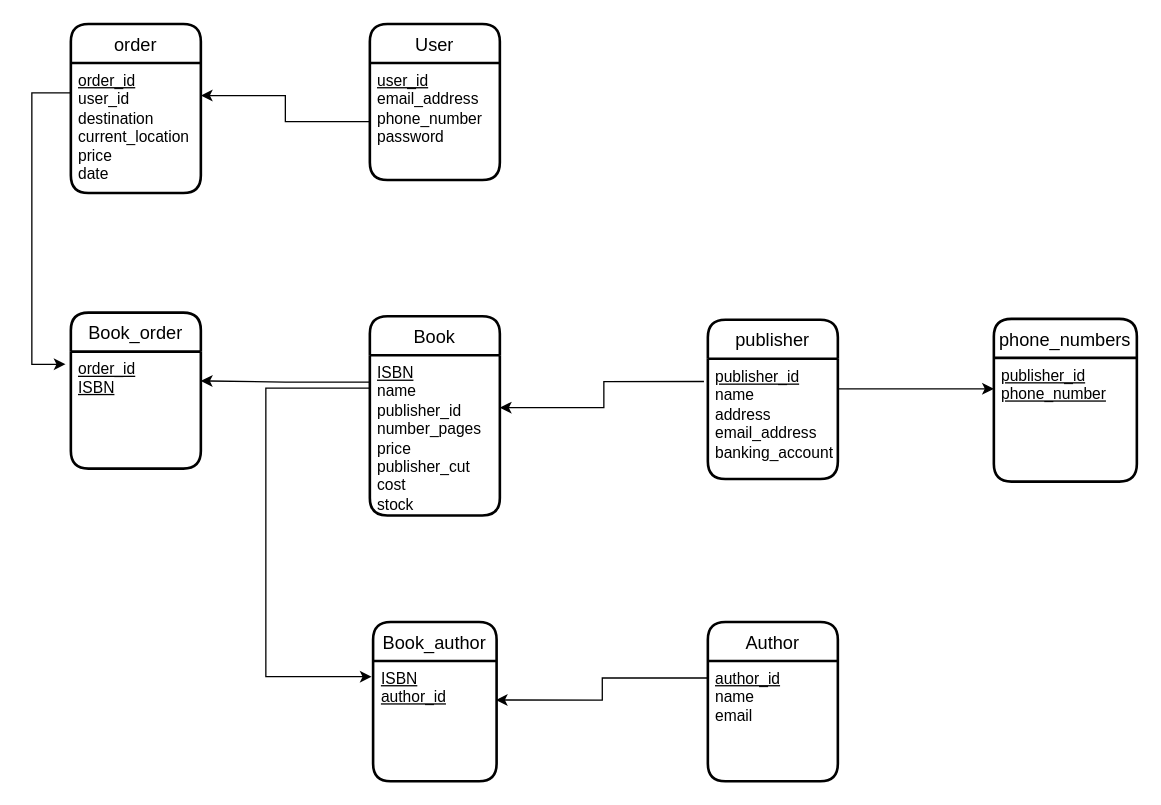
Before: LookInnaBookDiagram.drawio in ianyau28/3005Lib, a draw.io diagram. Source tidied: cells renumbered, new cells numbered last; positions are measured from the earlier drawing's top-left corner, leaving out a move shared by most shapes. Both pictures are drawn from the tidied source at 130%, with x=0, y=0 at pixel (31, 23).
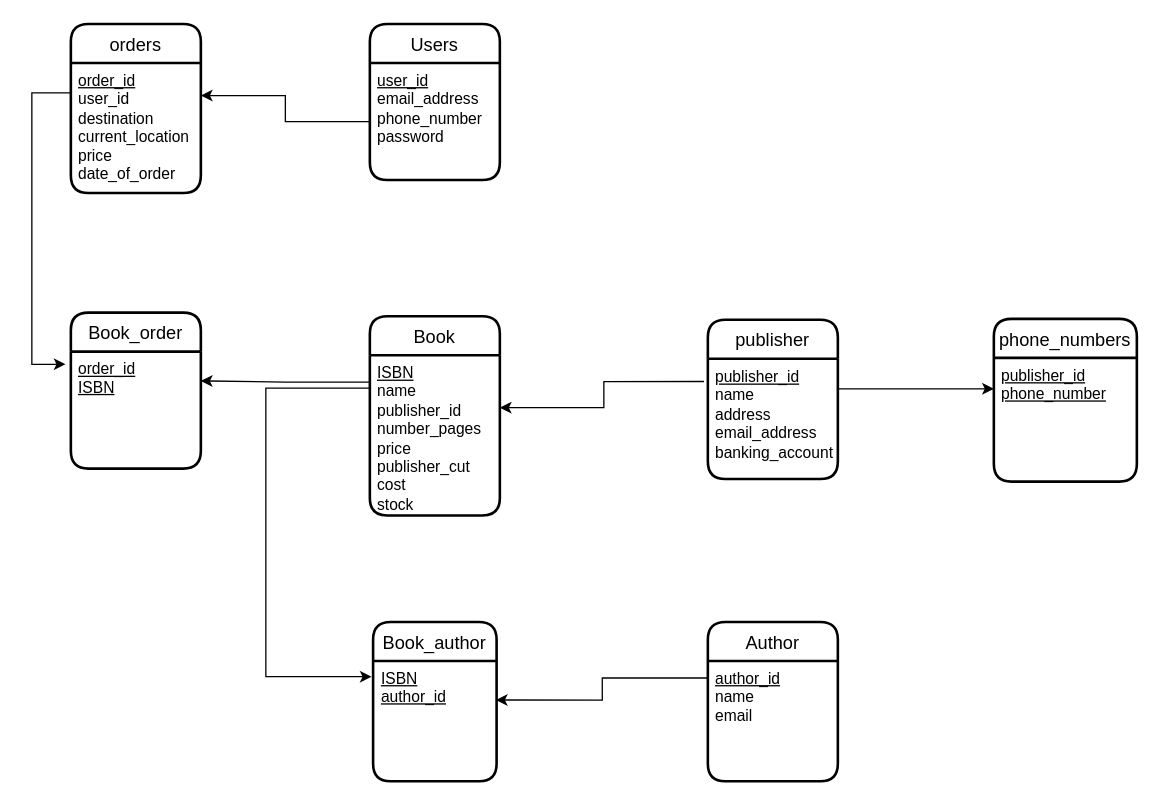
Above is the later version.

What changed in the source:
```diff
@@
-    <mxCell id="2" value="order" style="swimlane;horizontal=1;startSize=30;rounded=1;fontSize=14;fontStyle=0;strokeWidth=2;shadow=0;dashed=0;align=center;" parent="1" vertex="1">
+    <mxCell id="2" value="orders" style="swimlane;horizontal=1;startSize=30;rounded=1;fontSize=14;fontStyle=0;strokeWidth=2;shadow=0;dashed=0;align=center;" parent="1" vertex="1">
       <mxGeometry x="30" width="100" height="130" as="geometry" />
     </mxCell>
-    <mxCell id="3" value="&lt;u&gt;order_id&lt;/u&gt;&lt;br&gt;user_id&lt;br&gt;destination&lt;br&gt;current_location&lt;br&gt;price&lt;br&gt;date" style="align=left;strokeColor=none;fillColor=none;spacingLeft=4;fontSize=12;verticalAlign=top;fontStyle=0;html=1;" parent="2" vertex="1">
+    <mxCell id="3" value="&lt;u&gt;order_id&lt;/u&gt;&lt;br&gt;user_id&lt;br&gt;destination&lt;br&gt;current_location&lt;br&gt;price&lt;br&gt;date_of_order" style="align=left;strokeColor=none;fillColor=none;spacingLeft=4;fontSize=12;verticalAlign=top;fontStyle=0;html=1;" parent="2" vertex="1">
       <mxGeometry y="30" width="100" height="100" as="geometry" />
     </mxCell>
@@
-    <mxCell id="7" value="User" style="swimlane;horizontal=1;startSize=30;rounded=1;fontSize=14;fontStyle=0;strokeWidth=2;shadow=0;dashed=0;align=center;" parent="1" vertex="1">
+    <mxCell id="7" value="Users" style="swimlane;horizontal=1;startSize=30;rounded=1;fontSize=14;fontStyle=0;strokeWidth=2;shadow=0;dashed=0;align=center;" parent="1" vertex="1">
       <mxGeometry x="260" width="100" height="120" as="geometry" />
     </mxCell>
```
